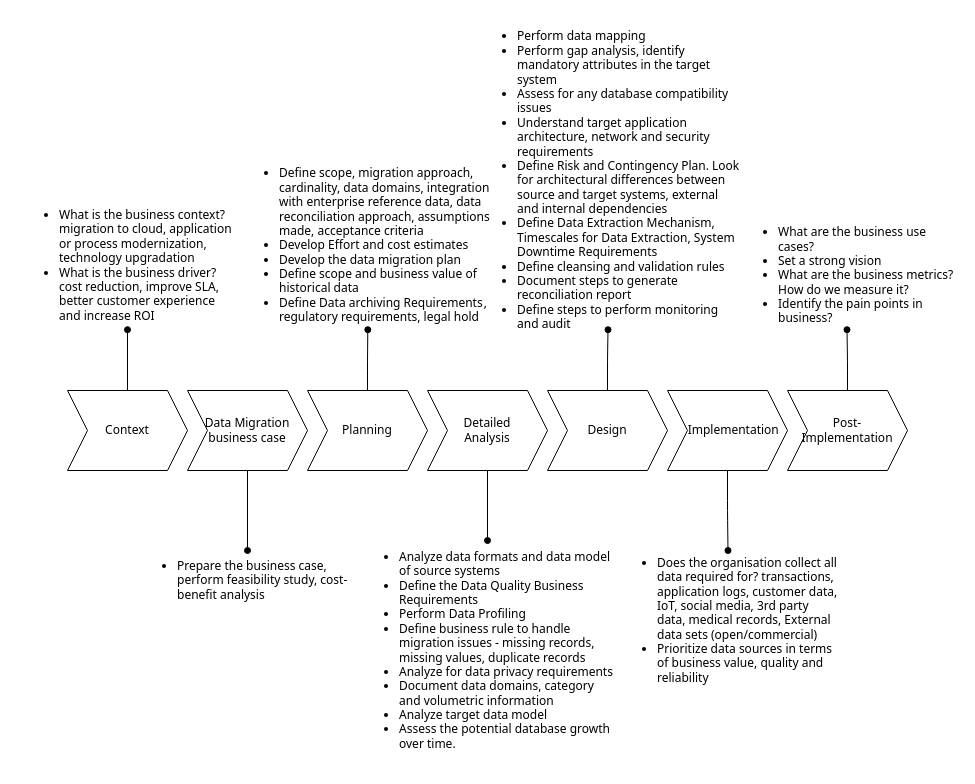
The draw.io diagram data migration plan.drawio in kanchantewary/MindMaps, before the edit. Source tidied: cells renumbered, new cells numbered last; positions are measured from the earlier drawing's top-left corner, leaving out a move shared by most shapes. Both pictures are drawn from the tidied source at 100%, with x=0, y=0 at pixel (17, 30).
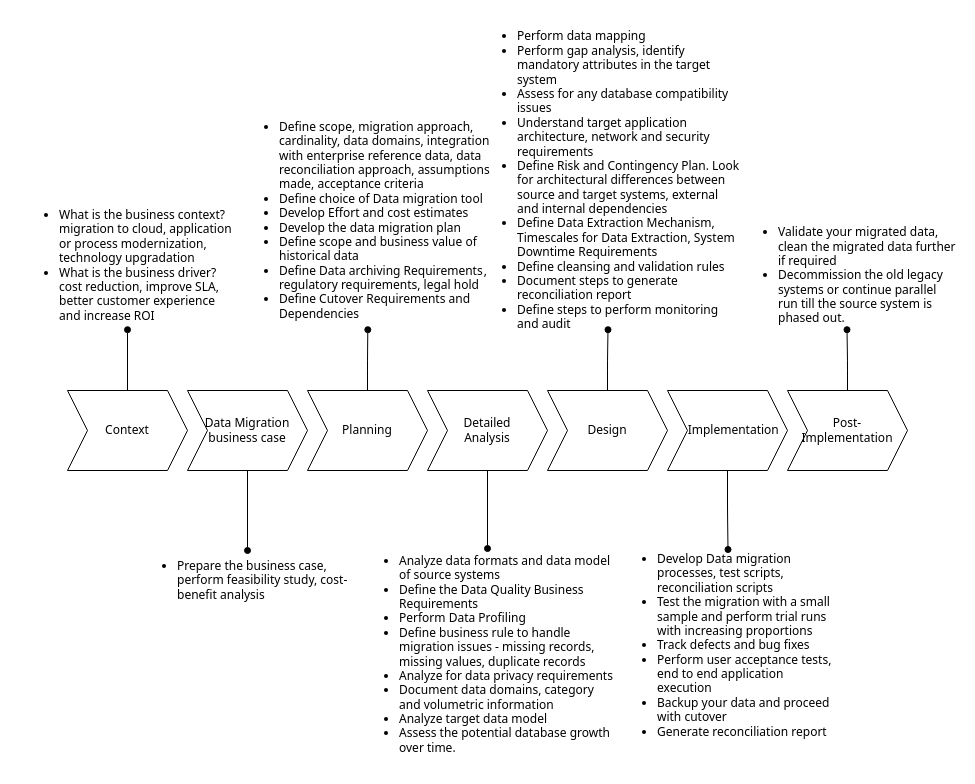
Above is the later version.

What changed in the source:
```diff
@@
-    <mxCell id="14" value="&lt;ul&gt;&lt;li&gt;Define scope, migration approach, cardinality, data domains, integration with enterprise reference data, data reconciliation approach, assumptions made, acceptance criteria&lt;/li&gt;&lt;li&gt;Develop Effort and cost estimates&lt;/li&gt;&lt;li&gt;Develop the data migration plan&lt;/li&gt;&lt;li&gt;Define scope and business value of historical data&lt;/li&gt;&lt;li&gt;Define Data archiving Requirements , regulatory requirements, legal hold&lt;/li&gt;&lt;/ul&gt;" style="text;html=1;strokeColor=none;fillColor=none;align=left;verticalAlign=middle;whiteSpace=wrap;rounded=0;fontFamily=Tahoma;" parent="1" vertex="1">
-      <mxGeometry x="219.5" y="130" width="261.5" height="169.2" as="geometry" />
+    <mxCell id="14" value="&lt;ul&gt;&lt;li&gt;Define scope, migration approach, cardinality, data domains, integration with enterprise reference data, data reconciliation approach, assumptions made, acceptance criteria&lt;/li&gt;&lt;li&gt;Define choice of Data migration tool&lt;/li&gt;&lt;li&gt;Develop Effort and cost estimates&lt;/li&gt;&lt;li&gt;Develop the data migration plan&lt;/li&gt;&lt;li&gt;Define scope and business value of historical data&lt;/li&gt;&lt;li&gt;Define Data archiving Requirements , regulatory requirements, legal hold&lt;/li&gt;&lt;li class=&quot;graf graf--li&quot;&gt;Define Cutover Requirements and&amp;nbsp; Dependencies&lt;/li&gt;&lt;/ul&gt;" style="text;html=1;strokeColor=none;fillColor=none;align=left;verticalAlign=middle;whiteSpace=wrap;rounded=0;fontFamily=Tahoma;" parent="1" vertex="1">
+      <mxGeometry x="219.5" y="80" width="261.5" height="219.2" as="geometry" />
     </mxCell>
@@
-    <mxCell id="18" value="&lt;ul&gt;&lt;li&gt;What are the business use cases?&lt;/li&gt;&lt;li&gt;Set a strong vision&lt;/li&gt;&lt;li&gt;What are the business metrics? How do we measure it?&lt;/li&gt;&lt;li&gt;Identify the pain points in business?&lt;/li&gt;&lt;/ul&gt;" style="text;html=1;strokeColor=none;fillColor=none;align=left;verticalAlign=middle;whiteSpace=wrap;rounded=0;fontFamily=Tahoma;" parent="1" vertex="1">
+    <mxCell id="18" value="&lt;div&gt;&lt;ul&gt;&lt;li&gt;Validate your migrated data, clean the migrated data further if required&lt;/li&gt;&lt;li&gt;Decommission the old legacy systems or continue parallel run till the source system is phased out.&lt;/li&gt;&lt;/ul&gt;&lt;/div&gt;" style="text;html=1;strokeColor=none;fillColor=none;align=left;verticalAlign=middle;whiteSpace=wrap;rounded=0;fontFamily=Tahoma;" parent="1" vertex="1">
       <mxGeometry x="719" y="190" width="221" height="109.2" as="geometry" />
     </mxCell>
@@
     <mxCell id="20" value="&lt;ul&gt;&lt;li&gt;Analyze data formats and data model of source systems&lt;/li&gt;&lt;li class=&quot;graf graf--li&quot;&gt;Define the Data Quality Business Requirements&lt;/li&gt;&lt;li class=&quot;graf graf--li&quot;&gt;Perform Data Profiling&lt;/li&gt;&lt;li class=&quot;graf graf--li&quot;&gt;Define business rule to handle migration issues - missing records, missing values, duplicate records&lt;/li&gt;&lt;li class=&quot;graf graf--li&quot;&gt;Analyze for data privacy requirements&lt;/li&gt;&lt;li class=&quot;graf graf--li&quot;&gt;Document data domains, category and volumetric information&lt;/li&gt;&lt;li class=&quot;graf graf--li&quot;&gt;Analyze target data model&lt;/li&gt;&lt;li class=&quot;graf graf--li&quot;&gt;Assess the potential database growth over time.&lt;/li&gt;&lt;/ul&gt;" style="text;html=1;strokeColor=none;fillColor=none;align=left;verticalAlign=middle;whiteSpace=wrap;rounded=0;fontFamily=Tahoma;" parent="1" vertex="1">
-      <mxGeometry x="340" y="510" width="260" height="220" as="geometry" />
+      <mxGeometry x="340" y="518" width="260" height="212" as="geometry" />
     </mxCell>
@@
-    <mxCell id="22" value="&lt;ul&gt;&lt;li&gt;Does the organisation collect all data required for? transactions, application logs, customer data, IoT, social media, 3rd party data, medical records, External data sets (open/commercial)&lt;/li&gt;&lt;li&gt;Prioritize data sources in terms of business value, quality and reliability&lt;/li&gt;&lt;/ul&gt;" style="text;html=1;strokeColor=none;fillColor=none;align=left;verticalAlign=middle;whiteSpace=wrap;rounded=0;fontFamily=Tahoma;" parent="1" vertex="1">
-      <mxGeometry x="598" y="520" width="225" height="140" as="geometry" />
+    <mxCell id="22" value="&lt;ul&gt;&lt;li&gt;Develop Data migration processes, test scripts, reconciliation scripts&lt;/li&gt;&lt;li&gt;Test the migration with a small sample and perform trial runs with increasing proportions&lt;/li&gt;&lt;li&gt;Track defects and bug fixes&lt;/li&gt;&lt;li&gt;Perform user acceptance tests, end to end application execution&lt;/li&gt;&lt;li&gt;&lt;span&gt;Backup your data and proceed with cutover&lt;/span&gt;&lt;br&gt;&lt;/li&gt;&lt;li&gt;&lt;span&gt;Generate reconciliation report&lt;/span&gt;&lt;/li&gt;&lt;/ul&gt;" style="text;html=1;strokeColor=none;fillColor=none;align=left;verticalAlign=middle;whiteSpace=wrap;rounded=0;fontFamily=Tahoma;" parent="1" vertex="1">
+      <mxGeometry x="598" y="519" width="225" height="191" as="geometry" />
     </mxCell>
```
